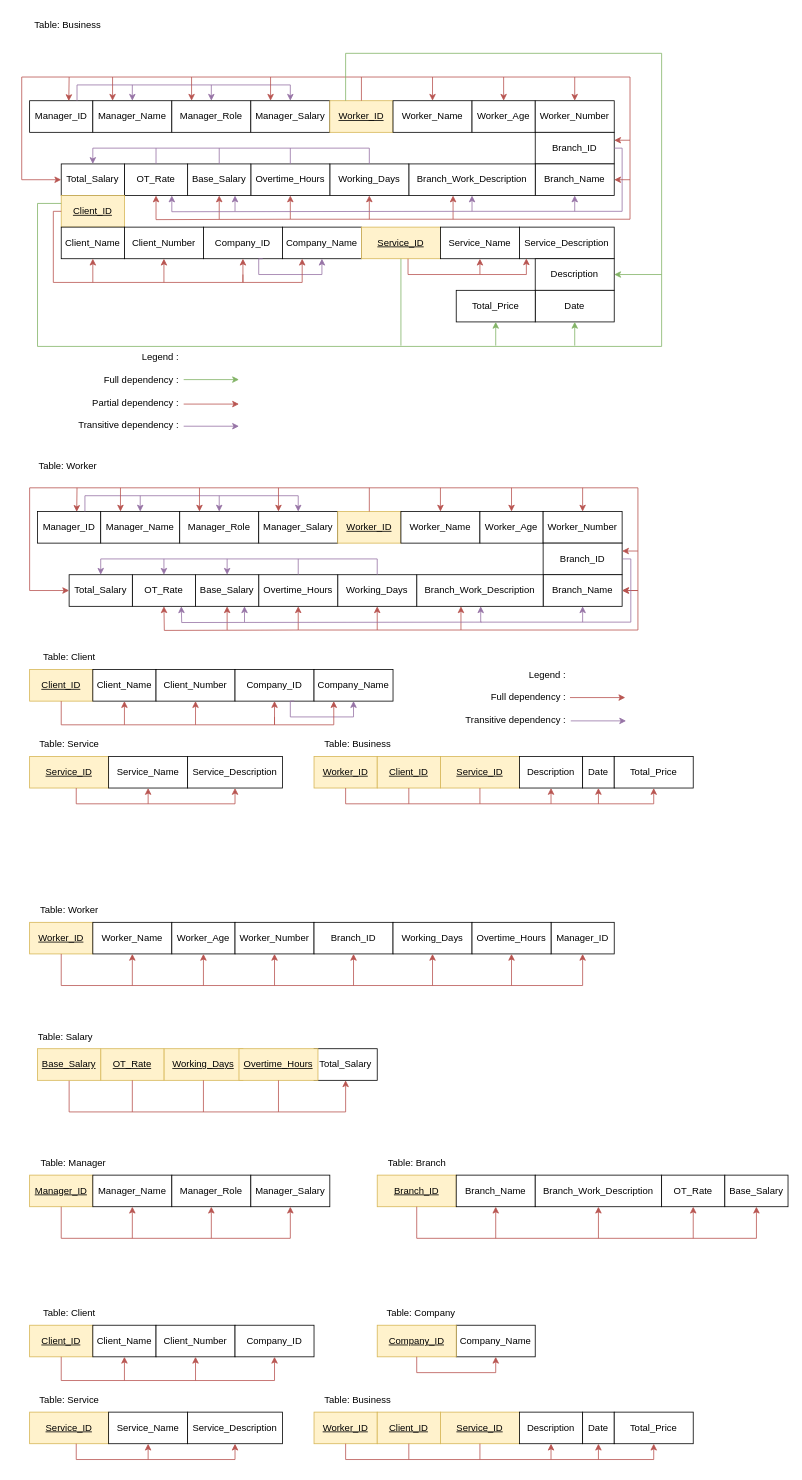
Earlier version of the draw.io diagram normalizationWIA2001assg.drawio (justn0thinghere/drawio). Source tidied: cells renumbered, new cells numbered last; positions are measured from the earlier drawing's top-left corner, leaving out a move shared by most shapes. Both pictures are drawn from the tidied source at 79%, with x=0, y=0 at pixel (21, 13).
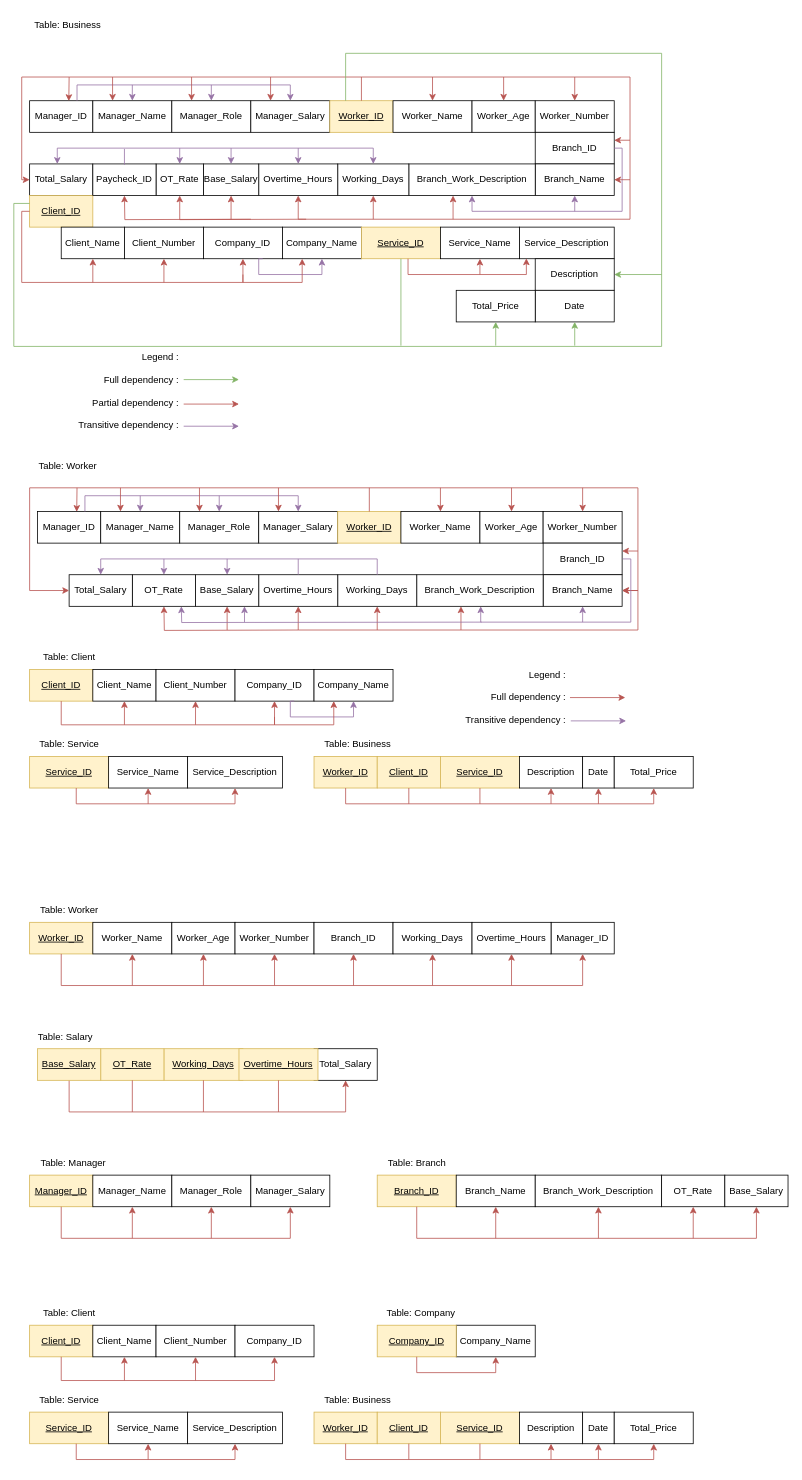
After the change.

The change refers to these unchanged cells:
```xml
<mxCell id="6" value="&lt;u&gt;Worker_ID&lt;/u&gt;" style="rounded=0;whiteSpace=wrap;html=1;fillColor=#fff2cc;strokeColor=#d6b656;" parent="1" vertex="1">
  <mxGeometry x="390" y="110" width="80" height="40" as="geometry" />
</mxCell>
<mxCell id="22" value="Company_ID" style="rounded=0;whiteSpace=wrap;html=1;" parent="1" vertex="1">
  <mxGeometry x="230" y="270" width="100" height="40" as="geometry" />
</mxCell>
```

The edit, as a diff of the source:
```diff
@@
     <mxCell id="14" value="Working_Days" style="rounded=0;whiteSpace=wrap;html=1;" parent="1" vertex="1">
-      <mxGeometry x="390" y="190" width="100" height="40" as="geometry" />
+      <mxGeometry x="400" y="190" width="90" height="40" as="geometry" />
     </mxCell>
     <mxCell id="15" value="Overtime_Hours" style="rounded=0;whiteSpace=wrap;html=1;" parent="1" vertex="1">
-      <mxGeometry x="290" y="190" width="100" height="40" as="geometry" />
+      <mxGeometry x="300" y="190" width="100" height="40" as="geometry" />
     </mxCell>
     <mxCell id="16" value="Base_Salary" style="rounded=0;whiteSpace=wrap;html=1;" parent="1" vertex="1">
-      <mxGeometry x="210" y="190" width="80" height="40" as="geometry" />
+      <mxGeometry x="230" y="190" width="70" height="40" as="geometry" />
     </mxCell>
     <mxCell id="17" value="OT_Rate" style="rounded=0;whiteSpace=wrap;html=1;" parent="1" vertex="1">
-      <mxGeometry x="130" y="190" width="80" height="40" as="geometry" />
+      <mxGeometry x="170" y="190" width="60" height="40" as="geometry" />
     </mxCell>
     <mxCell id="18" value="Total_Salary" style="rounded=0;whiteSpace=wrap;html=1;" parent="1" vertex="1">
-      <mxGeometry x="50" y="190" width="80" height="40" as="geometry" />
+      <mxGeometry x="10" y="190" width="80" height="40" as="geometry" />
     </mxCell>
     <mxCell id="19" value="&lt;u&gt;Client_ID&lt;/u&gt;" style="rounded=0;whiteSpace=wrap;html=1;fillColor=#fff2cc;strokeColor=#d6b656;" parent="1" vertex="1">
-      <mxGeometry x="50" y="230" width="80" height="40" as="geometry" />
+      <mxGeometry x="10" y="230" width="80" height="40" as="geometry" />
     </mxCell>
@@
     <mxCell id="44" style="endArrow=classic;html=1;rounded=0;fillColor=#f8cecc;strokeColor=#b85450;edgeStyle=orthogonalEdgeStyle;entryX=0.5;entryY=1;entryDx=0;entryDy=0;" parent="1" edge="1" target="15">
       <mxGeometry relative="1" as="geometry">
         <mxPoint x="770" y="160" as="sourcePoint" />
         <Array as="points">
           <mxPoint x="770" y="260" />
-          <mxPoint x="340" y="260" />
+          <mxPoint x="350" y="260" />
         </Array>
       </mxGeometry>
     </mxCell>
     <mxCell id="45" style="endArrow=classic;html=1;rounded=0;entryX=0.5;entryY=1;entryDx=0;entryDy=0;fillColor=#f8cecc;strokeColor=#b85450;" parent="1" edge="1" target="14">
       <mxGeometry relative="1" as="geometry">
-        <mxPoint x="440" y="260" as="sourcePoint" />
+        <mxPoint x="445" y="260" as="sourcePoint" />
       </mxGeometry>
     </mxCell>
-    <mxCell id="46" style="endArrow=classic;html=1;rounded=0;entryX=0.5;entryY=0;entryDx=0;entryDy=0;fillColor=#e1d5e7;strokeColor=#9673a6;edgeStyle=orthogonalEdgeStyle;" parent="1" edge="1" target="18">
+    <mxCell id="46" style="endArrow=classic;html=1;rounded=0;entryX=0.5;entryY=0;entryDx=0;entryDy=0;fillColor=#e1d5e7;strokeColor=#9673a6;edgeStyle=orthogonalEdgeStyle;" parent="1" edge="1">
       <mxGeometry relative="1" as="geometry">
-        <mxPoint x="440" y="170" as="sourcePoint" />
+        <mxPoint x="445" y="170" as="sourcePoint" />
+        <mxPoint x="45" y="190" as="targetPoint" />
         <Array as="points">
-          <mxPoint x="90" y="170" />
+          <mxPoint x="45" y="170" />
         </Array>
       </mxGeometry>
     </mxCell>
-    <mxCell id="47" style="endArrow=none;html=1;rounded=0;fillColor=#e1d5e7;strokeColor=#9673a6;" parent="1" edge="1" source="15">
+    <mxCell id="47" style="endArrow=none;html=1;rounded=0;fillColor=#e1d5e7;strokeColor=#9673a6;endFill=0;startArrow=classic;startFill=1;" parent="1" edge="1" source="15">
       <mxGeometry relative="1" as="geometry">
-        <mxPoint x="340" y="170" as="targetPoint" />
+        <mxPoint x="350" y="170" as="targetPoint" />
       </mxGeometry>
     </mxCell>
-    <mxCell id="48" style="endArrow=none;html=1;rounded=0;fillColor=#e1d5e7;strokeColor=#9673a6;exitX=0.5;exitY=0;exitDx=0;exitDy=0;" parent="1" edge="1" source="14">
+    <mxCell id="48" style="endArrow=none;html=1;rounded=0;fillColor=#e1d5e7;strokeColor=#9673a6;exitX=0.5;exitY=0;exitDx=0;exitDy=0;endFill=0;startArrow=classic;startFill=1;" parent="1" edge="1" source="14">
       <mxGeometry relative="1" as="geometry">
-        <mxPoint x="440" y="170" as="targetPoint" />
+        <mxPoint x="445" y="170" as="targetPoint" />
       </mxGeometry>
     </mxCell>
-    <mxCell id="49" style="endArrow=none;html=1;rounded=0;entryX=0.5;entryY=0;entryDx=0;entryDy=0;fillColor=#e1d5e7;strokeColor=#9673a6;endFill=0;" parent="1" edge="1" target="17">
+    <mxCell id="49" style="endArrow=classic;html=1;rounded=0;entryX=0.5;entryY=0;entryDx=0;entryDy=0;fillColor=#e1d5e7;strokeColor=#9673a6;endFill=1;startArrow=none;startFill=0;" parent="1" edge="1" target="17">
       <mxGeometry relative="1" as="geometry">
-        <mxPoint x="170" y="170" as="sourcePoint" />
+        <mxPoint x="200" y="170" as="sourcePoint" />
       </mxGeometry>
     </mxCell>
-    <mxCell id="50" style="endArrow=none;html=1;rounded=0;entryX=0.5;entryY=0;entryDx=0;entryDy=0;fillColor=#e1d5e7;strokeColor=#9673a6;endFill=0;" parent="1" edge="1" target="16">
+    <mxCell id="50" style="endArrow=classic;html=1;rounded=0;entryX=0.5;entryY=0;entryDx=0;entryDy=0;fillColor=#e1d5e7;strokeColor=#9673a6;endFill=1;" parent="1" edge="1" target="16">
       <mxGeometry relative="1" as="geometry">
-        <mxPoint x="250" y="170" as="sourcePoint" />
+        <mxPoint x="265" y="170" as="sourcePoint" />
       </mxGeometry>
     </mxCell>
@@
     <mxCell id="56" style="endArrow=classic;html=1;rounded=0;edgeStyle=orthogonalEdgeStyle;fillColor=#f8cecc;strokeColor=#b85450;exitX=0;exitY=0.5;exitDx=0;exitDy=0;entryX=0.5;entryY=1;entryDx=0;entryDy=0;" parent="1" edge="1" source="19" target="22">
       <mxGeometry relative="1" as="geometry">
         <Array as="points">
-          <mxPoint x="40" y="250" />
-          <mxPoint x="40" y="340" />
+          <mxPoint y="250" />
+          <mxPoint y="340" />
           <mxPoint x="280" y="340" />
         </Array>
       </mxGeometry>
     </mxCell>
@@
     <mxCell id="62" style="endArrow=none;html=1;rounded=0;entryX=0.25;entryY=0;entryDx=0;entryDy=0;edgeStyle=orthogonalEdgeStyle;fillColor=#d5e8d4;strokeColor=#82b366;exitX=0;exitY=0.25;exitDx=0;exitDy=0;" parent="1" edge="1" source="19" target="6">
       <mxGeometry relative="1" as="geometry">
         <Array as="points">
-          <mxPoint x="20" y="240" />
-          <mxPoint x="20" y="421" />
+          <mxPoint x="-10" y="240" />
+          <mxPoint x="-10" y="421" />
           <mxPoint x="810" y="421" />
           <mxPoint x="810" y="50" />
           <mxPoint x="410" y="50" />
         </Array>
       </mxGeometry>
     </mxCell>
@@
     <mxCell id="73" style="endArrow=classic;html=1;rounded=0;edgeStyle=orthogonalEdgeStyle;entryX=0.5;entryY=1;entryDx=0;entryDy=0;fillColor=#f8cecc;strokeColor=#b85450;" parent="1" edge="1" target="17">
       <mxGeometry relative="1" as="geometry">
-        <mxPoint x="340" y="260" as="sourcePoint" />
+        <mxPoint x="360" y="260" as="sourcePoint" />
       </mxGeometry>
     </mxCell>
@@
     <mxCell id="75" style="endArrow=classic;html=1;rounded=0;entryX=0.5;entryY=1;entryDx=0;entryDy=0;fillColor=#f8cecc;strokeColor=#b85450;" parent="1" edge="1" target="16">
       <mxGeometry relative="1" as="geometry">
-        <mxPoint x="250" y="260" as="sourcePoint" />
+        <mxPoint x="265" y="260" as="sourcePoint" />
       </mxGeometry>
     </mxCell>
@@
-    <mxCell id="223" style="endArrow=classic;html=1;rounded=0;edgeStyle=orthogonalEdgeStyle;fillColor=#e1d5e7;strokeColor=#9673a6;entryX=0.75;entryY=1;entryDx=0;entryDy=0;" parent="1" edge="1" target="17">
-      <mxGeometry relative="1" as="geometry">
-        <mxPoint x="570" y="250" as="sourcePoint" />
-      </mxGeometry>
-    </mxCell>
-    <mxCell id="224" style="endArrow=classic;html=1;rounded=0;entryX=0.75;entryY=1;entryDx=0;entryDy=0;fillColor=#e1d5e7;strokeColor=#9673a6;" parent="1" edge="1" target="16">
-      <mxGeometry relative="1" as="geometry">
-        <mxPoint x="270" y="250" as="sourcePoint" />
-      </mxGeometry>
-    </mxCell>
@@
+    <mxCell id="234" value="Paycheck_ID" style="rounded=0;whiteSpace=wrap;html=1;" parent="1" vertex="1">
+      <mxGeometry x="90" y="190" width="80" height="40" as="geometry" />
+    </mxCell>
+    <mxCell id="235" style="endArrow=none;html=1;rounded=0;entryX=0.5;entryY=0;entryDx=0;entryDy=0;fillColor=#e1d5e7;strokeColor=#9673a6;endFill=0;" parent="1" edge="1">
+      <mxGeometry relative="1" as="geometry">
+        <mxPoint x="130" y="171" as="sourcePoint" />
+        <mxPoint x="130" y="191" as="targetPoint" />
+      </mxGeometry>
+    </mxCell>
+    <mxCell id="236" style="endArrow=classic;html=1;rounded=0;edgeStyle=orthogonalEdgeStyle;entryX=0.5;entryY=1;entryDx=0;entryDy=0;fillColor=#f8cecc;strokeColor=#b85450;" parent="1" edge="1">
+      <mxGeometry relative="1" as="geometry">
+        <mxPoint x="290" y="260" as="sourcePoint" />
+        <mxPoint x="130" y="230" as="targetPoint" />
+      </mxGeometry>
+    </mxCell>
```
